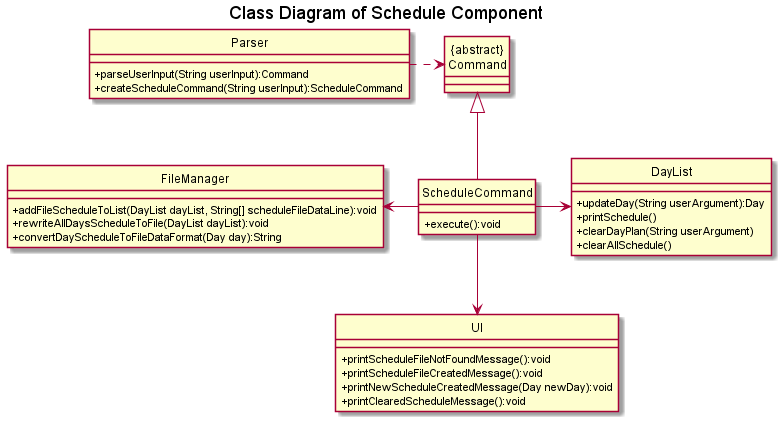
The PlantUML diagram docs/uml/classDiagrams/images/scheduleComponent.png in nus-cs2113-AY2122S2/tp, before a commit. Its diagram source:
```plantuml
@startuml
hide circle

skinparam classAttributeIconSize 0
title Class Diagram of Schedule Component

Parser .r.> "{abstract}\nCommand"
"{abstract}\nCommand" <|-- ScheduleCommand
ScheduleCommand -l-> FileManager
ScheduleCommand --> UI
ScheduleCommand -r-> DayList

class DayList {
+ updateDay(String userArgument):Day
+ printSchedule()
+ clearDayPlan(String userArgument)
+ clearAllSchedule()
}

class FileManager {
+ addFileScheduleToList(DayList dayList, String[] scheduleFileDataLine):void
+ rewriteAllDaysScheduleToFile(DayList dayList):void
+ convertDayScheduleToFileDataFormat(Day day):String
}

class "{abstract}\nCommand" {
}

class ScheduleCommand {
+ execute():void
}



class UI {
+ printScheduleFileNotFoundMessage():void
+ printScheduleFileCreatedMessage():void
+ printNewScheduleCreatedMessage(Day newDay):void
+ printClearedScheduleMessage():void
}

class Parser {
+ parseUserInput(String userInput):Command
+ createScheduleCommand(String userInput):ScheduleCommand
}


@enduml
```
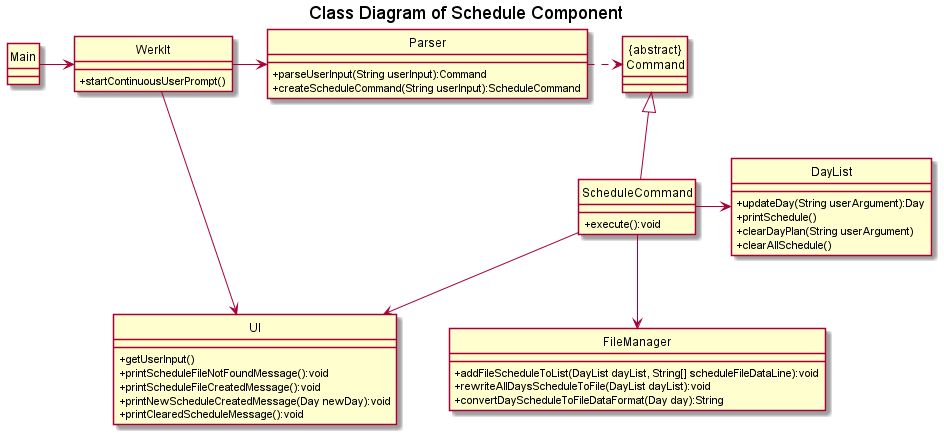
The same file after the commit.

Commit message:
wrote explanation on the design of schedule fetaures

The edit, as a diff of the source:
```diff
@@ -4,11 +4,22 @@
 skinparam classAttributeIconSize 0
 title Class Diagram of Schedule Component
 
+Main -> WerkIt
+WerkIt -> Parser
+WerkIt -> UI
 Parser .r.> "{abstract}\nCommand"
 "{abstract}\nCommand" <|-- ScheduleCommand
-ScheduleCommand -l-> FileManager
 ScheduleCommand --> UI
+ScheduleCommand -d-> FileManager
 ScheduleCommand -r-> DayList
+
+class WerkIt {
++ startContinuousUserPrompt()
+}
+
+class Main {
+
+}
 
 class DayList {
 + updateDay(String userArgument):Day
@@ -33,6 +44,7 @@
 
 
 class UI {
++ getUserInput()
 + printScheduleFileNotFoundMessage():void
 + printScheduleFileCreatedMessage():void
 + printNewScheduleCreatedMessage(Day newDay):void
```
